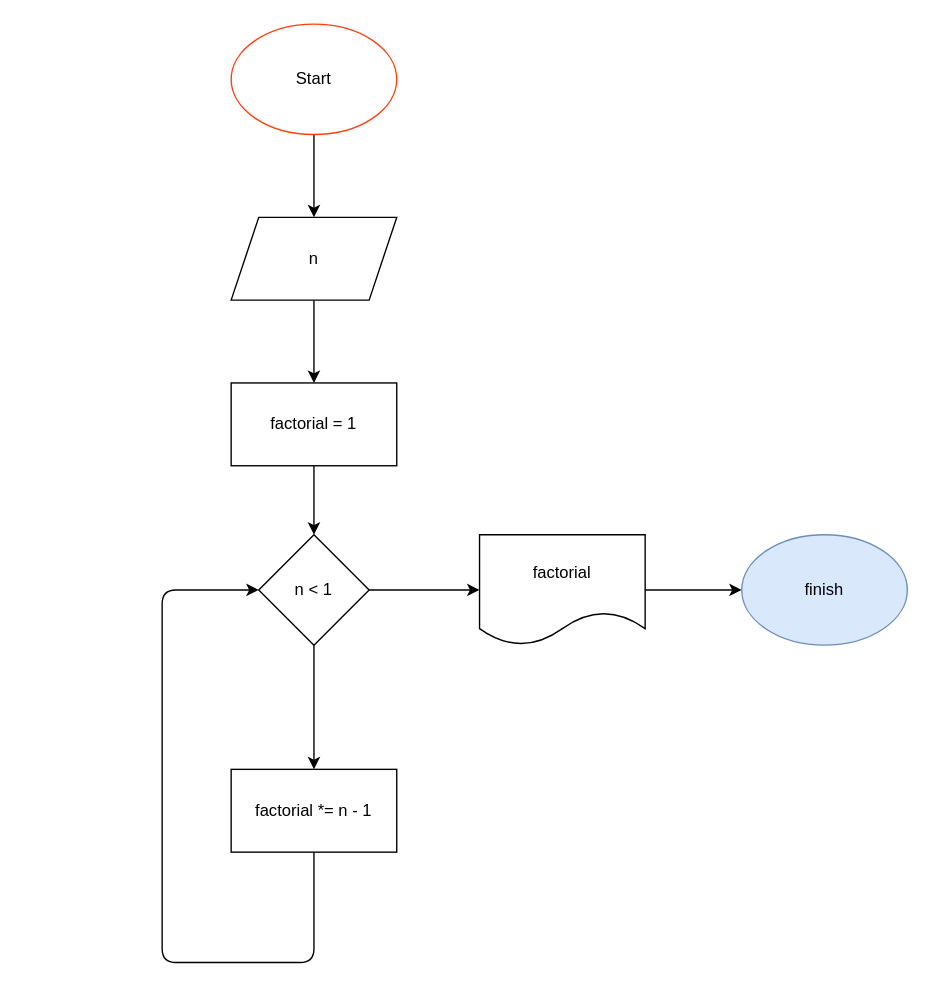
Before: factorial.drawio in yourenoticed/gb, a draw.io diagram. Source tidied: cells renumbered, new cells numbered last; positions are measured from the earlier drawing's top-left corner, leaving out a move shared by most shapes. Both pictures are drawn from the tidied source at 138%, with x=0, y=0 at pixel (161, 23).
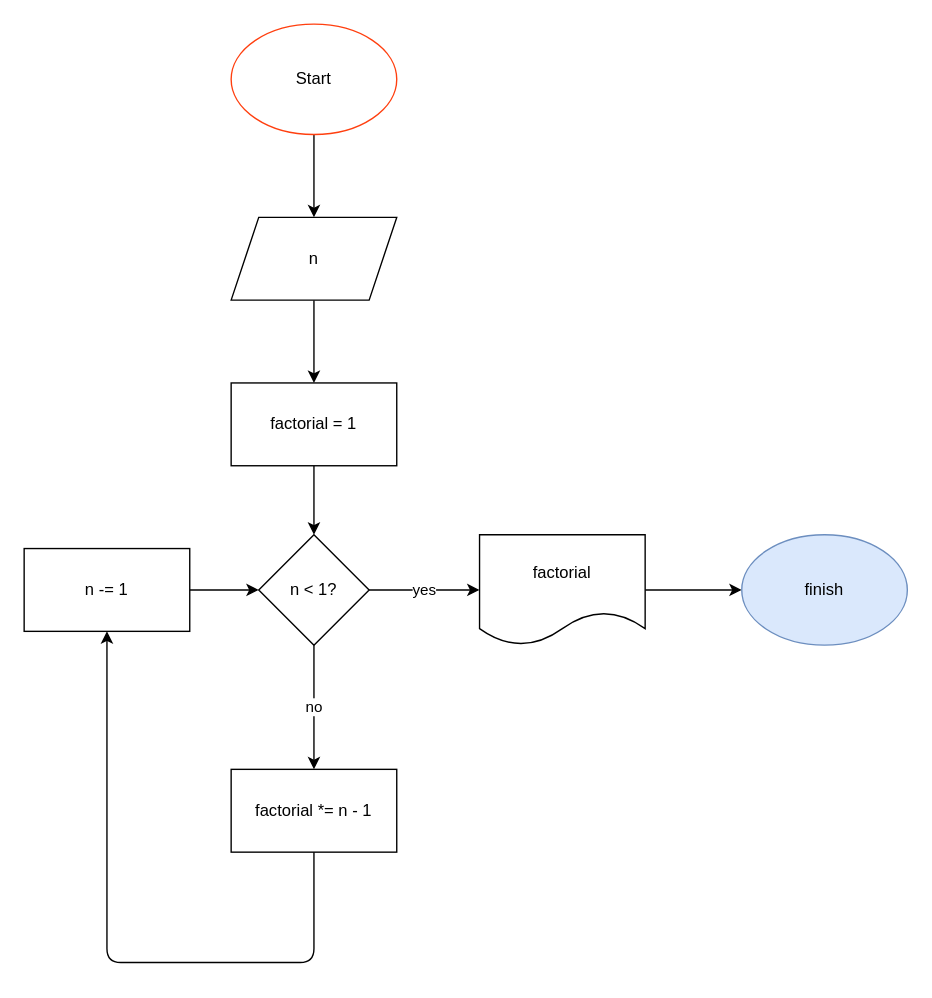
The same diagram, later.

What changed in the source:
```diff
@@
 <mxGraphModel>
   <root>
     <mxCell id="0" />
     <mxCell id="1" parent="0" />
     <mxCell id="2" style="edgeStyle=orthogonalEdgeStyle;rounded=0;jettySize=auto;html=1;" parent="1" edge="1" source="3" target="5">
       <mxGeometry relative="1" as="geometry" />
     </mxCell>
     <mxCell id="3" value="Start" style="ellipse;whiteSpace=wrap;html=1;strokeColor=#FF3F0F;" parent="1" vertex="1">
       <mxGeometry x="50" width="120" height="80" as="geometry" />
     </mxCell>
     <mxCell id="4" style="edgeStyle=orthogonalEdgeStyle;rounded=0;jettySize=auto;html=1;" parent="1" edge="1" source="5" target="10">
       <mxGeometry relative="1" as="geometry" />
     </mxCell>
     <mxCell id="5" value="n" style="shape=parallelogram;perimeter=parallelogramPerimeter;whiteSpace=wrap;html=1;fixedSize=1;" parent="1" vertex="1">
       <mxGeometry x="50" y="140" width="120" height="60" as="geometry" />
     </mxCell>
-    <mxCell id="6" style="edgeStyle=orthogonalEdgeStyle;rounded=0;jettySize=auto;html=1;" parent="1" edge="1" source="8" target="12">
+    <mxCell id="6" value="yes" style="edgeStyle=orthogonalEdgeStyle;rounded=0;jettySize=auto;html=1;" parent="1" edge="1" source="8" target="12">
       <mxGeometry relative="1" as="geometry" />
     </mxCell>
-    <mxCell id="7" style="edgeStyle=orthogonalEdgeStyle;rounded=0;jettySize=auto;html=1;" parent="1" edge="1" source="8" target="14">
+    <mxCell id="7" value="no" style="edgeStyle=orthogonalEdgeStyle;rounded=0;jettySize=auto;html=1;" parent="1" edge="1" source="8" target="14">
       <mxGeometry relative="1" as="geometry" />
     </mxCell>
-    <mxCell id="8" value="n &amp;lt; 1" style="rhombus;whiteSpace=wrap;html=1;" parent="1" vertex="1">
+    <mxCell id="8" value="n &amp;lt; 1?" style="rhombus;whiteSpace=wrap;html=1;" parent="1" vertex="1">
       <mxGeometry x="70" y="370" width="80" height="80" as="geometry" />
     </mxCell>
     <mxCell id="9" style="edgeStyle=orthogonalEdgeStyle;rounded=0;jettySize=auto;html=1;" parent="1" edge="1" source="10" target="8">
       <mxGeometry relative="1" as="geometry" />
     </mxCell>
     <mxCell id="10" value="factorial = 1" style="rounded=0;whiteSpace=wrap;html=1;" parent="1" vertex="1">
       <mxGeometry x="50" y="260" width="120" height="60" as="geometry" />
     </mxCell>
     <mxCell id="11" style="edgeStyle=orthogonalEdgeStyle;rounded=0;jettySize=auto;html=1;" parent="1" edge="1" source="12" target="13">
       <mxGeometry relative="1" as="geometry" />
     </mxCell>
     <mxCell id="12" value="factorial" style="shape=document;whiteSpace=wrap;html=1;boundedLbl=1;" parent="1" vertex="1">
       <mxGeometry x="230" y="370" width="120" height="80" as="geometry" />
     </mxCell>
     <mxCell id="13" value="finish" style="ellipse;whiteSpace=wrap;html=1;fillColor=#dae8fc;strokeColor=#6c8ebf;" parent="1" vertex="1">
       <mxGeometry x="420" y="370" width="120" height="80" as="geometry" />
     </mxCell>
     <mxCell id="14" value="factorial *= n - 1" style="whiteSpace=wrap;html=1;" parent="1" vertex="1">
       <mxGeometry x="50" y="540" width="120" height="60" as="geometry" />
     </mxCell>
-    <mxCell id="15" style="endArrow=classic;html=1;rounded=1;exitX=0.5;exitY=1;exitDx=0;exitDy=0;entryX=0;entryY=0.5;entryDx=0;entryDy=0;" parent="1" edge="1" source="14" target="8">
+    <mxCell id="15" style="endArrow=classic;html=1;rounded=1;exitX=0.5;exitY=1;exitDx=0;exitDy=0;" parent="1" edge="1" source="14" target="17">
       <mxGeometry relative="1" as="geometry">
         <Array as="points">
           <mxPoint x="110" y="680" />
-          <mxPoint y="680" />
-          <mxPoint y="410" />
+          <mxPoint x="-40" y="680" />
         </Array>
       </mxGeometry>
     </mxCell>
+    <mxCell id="16" style="edgeStyle=orthogonalEdgeStyle;rounded=0;jettySize=auto;html=1;" parent="1" edge="1" source="17" target="8">
+      <mxGeometry relative="1" as="geometry" />
+    </mxCell>
+    <mxCell id="17" value="n -= 1" style="rounded=0;whiteSpace=wrap;html=1;" parent="1" vertex="1">
+      <mxGeometry x="-100" y="380" width="120" height="60" as="geometry" />
+    </mxCell>
   </root>
 </mxGraphModel>
```
